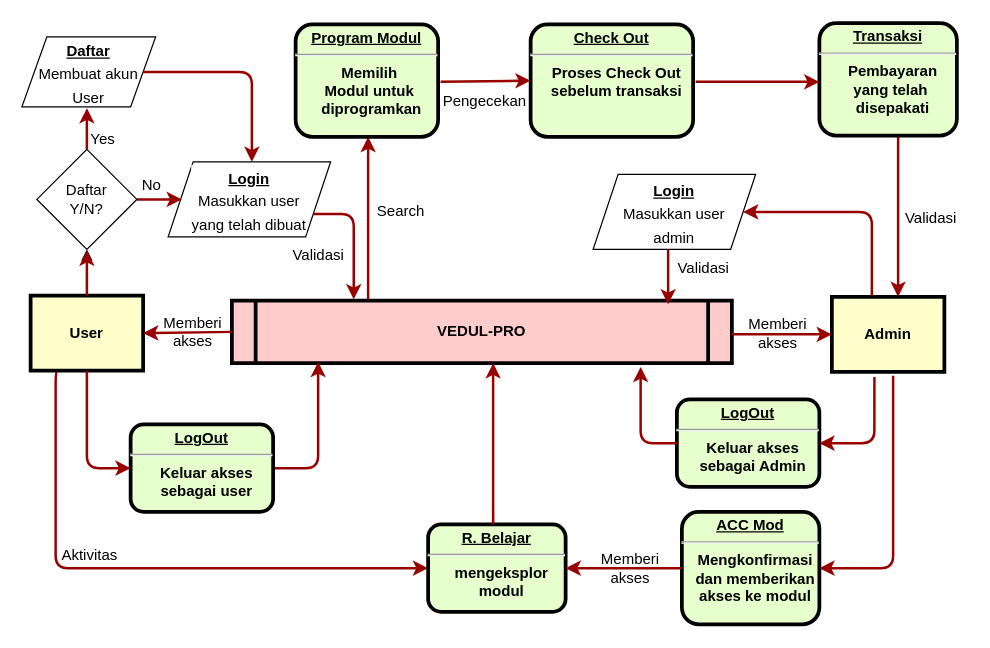
Earlier version of the draw.io diagram Untitled Diagram.drawio (Nur-Hidayat-FTI22E/kelompok-24A). Source tidied: cells renumbered, new cells numbered last; positions are measured from the earlier drawing's top-left corner, leaving out a move shared by most shapes. Both pictures are drawn from the tidied source at 125%, with x=0, y=0 at pixel (21, 22).
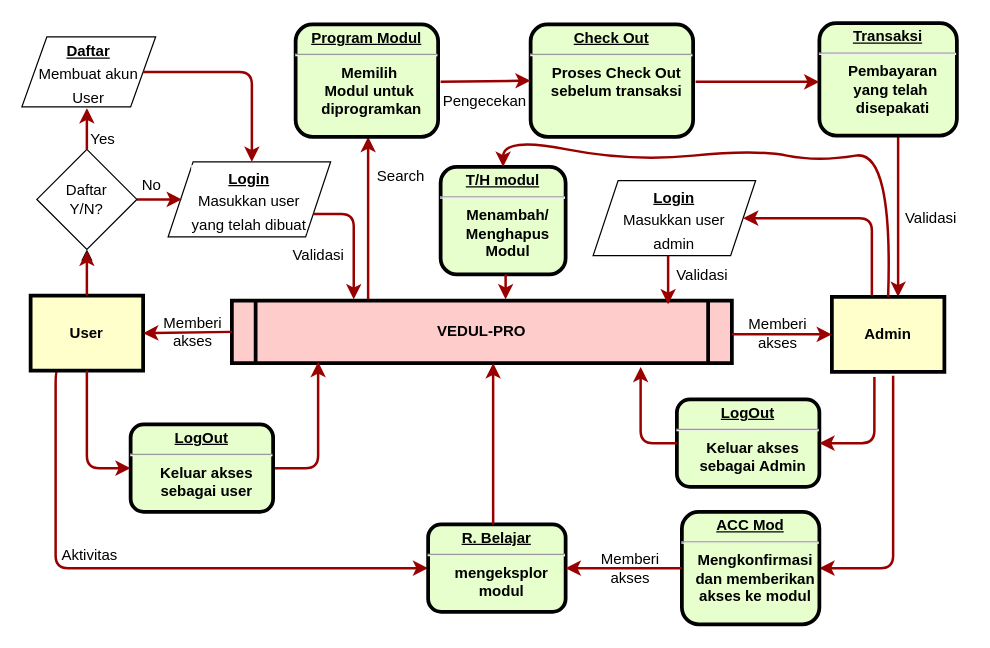
Above is the later version.

The change refers to these unchanged cells:
```xml
<mxCell id="7" value="Admin" style="whiteSpace=wrap;align=center;verticalAlign=middle;fontStyle=1;strokeWidth=3;fillColor=#FFFFCC;" parent="1" vertex="1">
  <mxGeometry x="648" y="219" width="90" height="60" as="geometry" />
</mxCell>
```

Change to the diagram source:
```diff
@@
     <mxCell id="19" value="&lt;p style=&quot;margin: 0px; margin-top: 4px; text-align: center; text-decoration: underline;&quot;&gt;&lt;strong&gt;Login&lt;/strong&gt;&lt;/p&gt;&lt;p style=&quot;margin: 4px 0px 0px; text-align: center;&quot;&gt;Masukkan user&lt;/p&gt;&lt;p style=&quot;margin: 4px 0px 0px; text-align: center;&quot;&gt;admin&lt;/p&gt;" style="shape=parallelogram;perimeter=parallelogramPerimeter;whiteSpace=wrap;html=1;fixedSize=1;" parent="1" vertex="1">
-      <mxGeometry x="457" y="121" width="130" height="60" as="geometry" />
+      <mxGeometry x="457" y="126" width="130" height="60" as="geometry" />
     </mxCell>
@@
     <mxCell id="41" value="Validasi" style="text;html=1;align=center;verticalAlign=middle;strokeColor=none;fillColor=none;" parent="1" vertex="1">
-      <mxGeometry x="515" y="181" width="60" height="30" as="geometry" />
+      <mxGeometry x="514" y="187" width="60" height="30" as="geometry" />
     </mxCell>
@@
     <mxCell id="44" value="Search" style="text;html=1;align=center;verticalAlign=middle;strokeColor=none;fillColor=none;" parent="1" vertex="1">
-      <mxGeometry x="273" y="136" width="60" height="30" as="geometry" />
+      <mxGeometry x="273" y="108" width="60" height="30" as="geometry" />
     </mxCell>
@@
+    <mxCell id="49" value="&lt;p style=&quot;margin: 0px; margin-top: 4px; text-align: center; text-decoration: underline;&quot;&gt;T/H modul&lt;/p&gt;&lt;hr&gt;&lt;p style=&quot;margin: 0px; margin-left: 8px;&quot;&gt;Menambah/&lt;/p&gt;&lt;p style=&quot;margin: 0px; margin-left: 8px;&quot;&gt;Menghapus&lt;/p&gt;&lt;p style=&quot;margin: 0px; margin-left: 8px;&quot;&gt;Modul&lt;/p&gt;" style="verticalAlign=middle;align=center;overflow=fill;fontSize=12;fontFamily=Helvetica;html=1;rounded=1;fontStyle=1;strokeWidth=3;fillColor=#E6FFCC;" parent="1" vertex="1">
+      <mxGeometry x="335" y="115" width="100" height="86" as="geometry" />
+    </mxCell>
+    <mxCell id="50" style="curved=1;endArrow=classic;html=1;rounded=0;exitX=0.5;exitY=0;exitDx=0;exitDy=0;entryX=0.5;entryY=0;entryDx=0;entryDy=0;strokeColor=#990000;strokeWidth=2;" parent="1" edge="1" source="7" target="49">
+      <mxGeometry relative="1" as="geometry">
+        <Array as="points">
+          <mxPoint x="697" y="101" />
+          <mxPoint x="637" y="111" />
+          <mxPoint x="587" y="101" />
+          <mxPoint x="487" y="111" />
+          <mxPoint x="385" y="91" />
+        </Array>
+      </mxGeometry>
+    </mxCell>
+    <mxCell id="51" style="edgeStyle=elbowEdgeStyle;elbow=horizontal;strokeColor=#990000;strokeWidth=2;" parent="1" edge="1">
+      <mxGeometry relative="1" as="geometry">
+        <mxPoint x="387" y="201" as="sourcePoint" />
+        <mxPoint x="387" y="221" as="targetPoint" />
+      </mxGeometry>
+    </mxCell>
```
